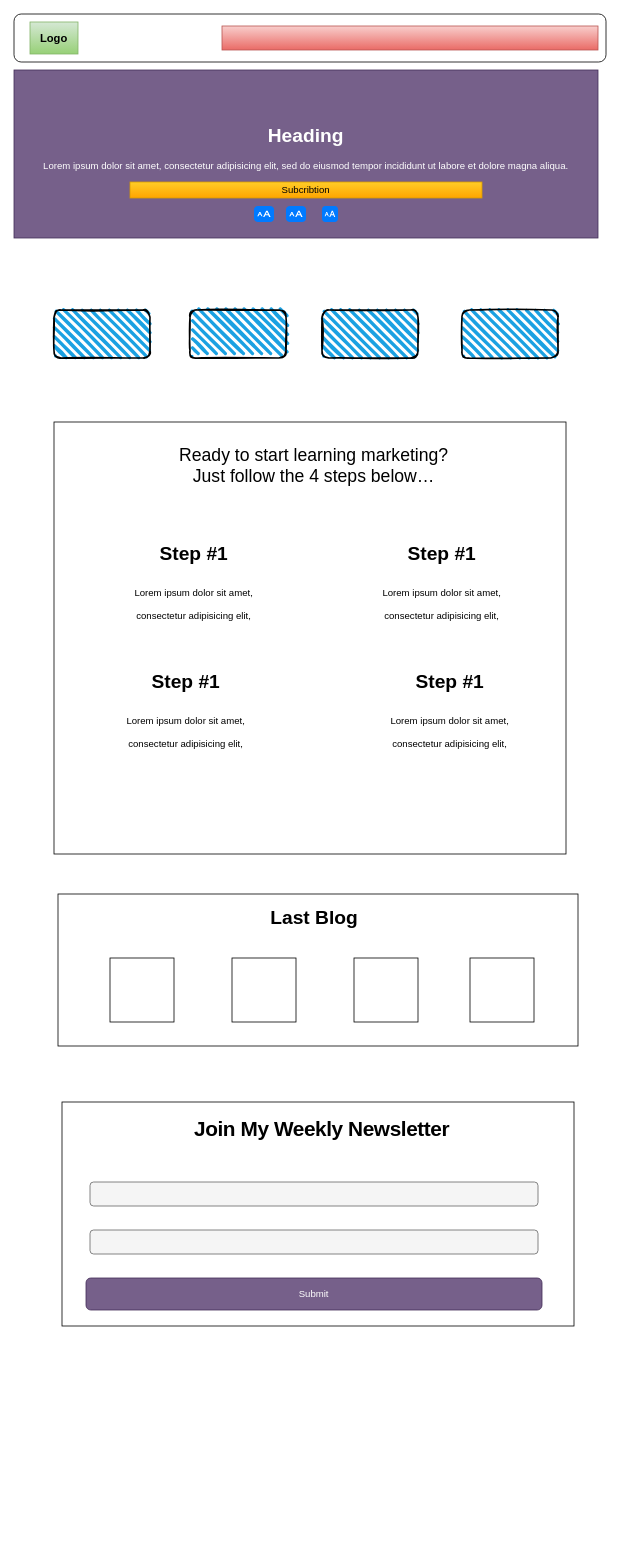
This is saadraihan_com.drawio from kibria-khandaker/saadraihan_com, a draw.io file, before an edit. Source tidied: cells renumbered, new cells numbered last; positions are measured from the earlier drawing's top-left corner, leaving out a move shared by most shapes. Both pictures are drawn from the tidied source at 80%, with x=0, y=0 at pixel (14, 14).
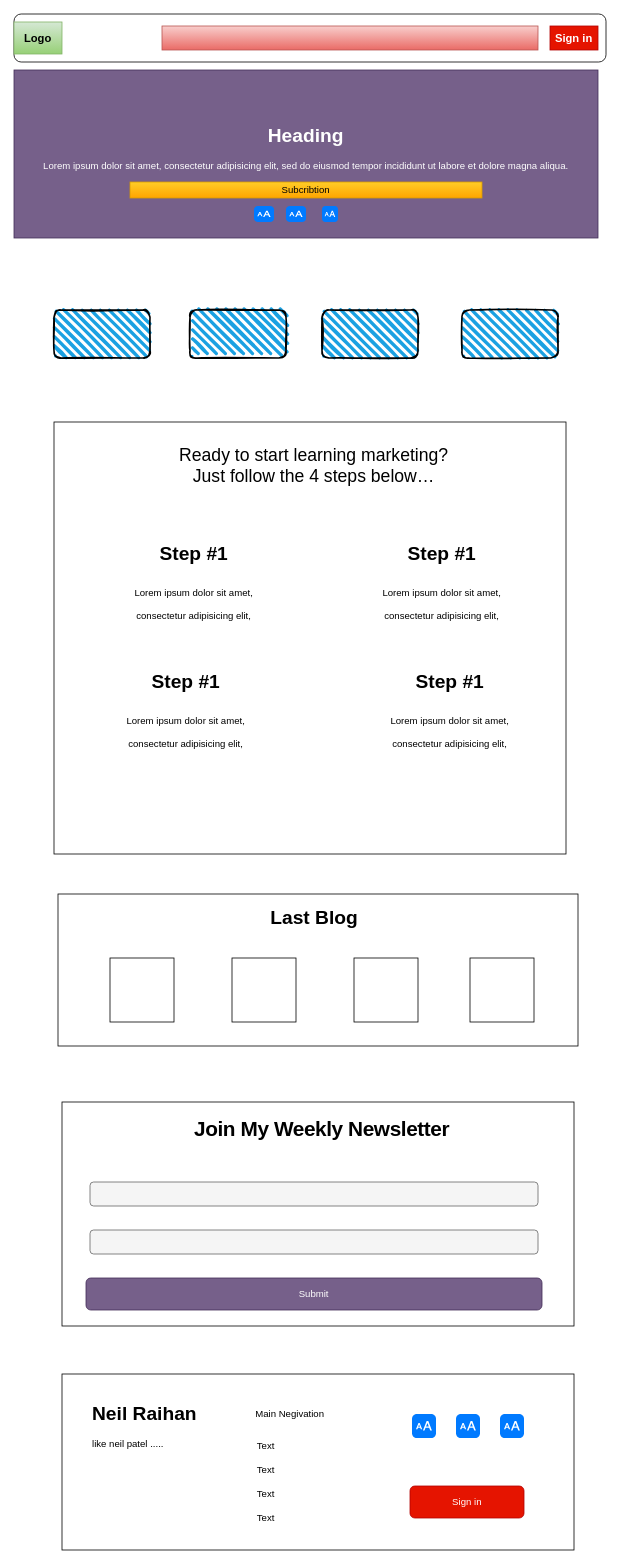
The same diagram, later.

The edit, as a diff of the source:
```diff
@@
     <mxCell id="5" value="&lt;b&gt;&lt;font style=&quot;font-size: 14px&quot;&gt;Logo&lt;/font&gt;&lt;/b&gt;" style="rounded=0;whiteSpace=wrap;html=1;align=center;gradientColor=#97d077;fillColor=#d5e8d4;strokeColor=#82b366;" parent="1" vertex="1">
-      <mxGeometry x="20" y="10" width="60" height="40" as="geometry" />
+      <mxGeometry y="10" width="60" height="40" as="geometry" />
     </mxCell>
     <mxCell id="6" style="rounded=0;whiteSpace=wrap;html=1;align=center;verticalAlign=middle;gradientColor=#ea6b66;fillColor=#f8cecc;strokeColor=#b85450;" parent="1" vertex="1">
-      <mxGeometry x="260" y="15" width="470" height="30" as="geometry" />
+      <mxGeometry x="185" y="15" width="470" height="30" as="geometry" />
     </mxCell>
@@
+    <mxCell id="32" style="rounded=0;whiteSpace=wrap;html=1;hachureGap=4;" parent="1" vertex="1">
+      <mxGeometry x="60" y="1700" width="640" height="220" as="geometry" />
+    </mxCell>
+    <mxCell id="33" value="Main Negivation" style="text;html=1;strokeColor=none;fillColor=none;align=center;verticalAlign=middle;whiteSpace=wrap;rounded=0;hachureGap=4;" parent="1" vertex="1">
+      <mxGeometry x="285" y="1740" width="120" height="20" as="geometry" />
+    </mxCell>
+    <mxCell id="34" value="&lt;h1&gt;Neil Raihan&lt;/h1&gt;&lt;p&gt;like neil patel .....&lt;/p&gt;" style="text;html=1;strokeColor=none;fillColor=none;spacing=5;spacingTop=-20;whiteSpace=wrap;overflow=hidden;rounded=0;hachureGap=4;" parent="1" vertex="1">
+      <mxGeometry x="92.5" y="1730" width="190" height="120" as="geometry" />
+    </mxCell>
+    <mxCell id="35" style="html=1;strokeWidth=1;shadow=0;dashed=0;shape=mxgraph.ios7.misc.text_size;fillColor=#007AFF;strokeColor=none;buttonText=;strokeColor2=#222222;fontColor=#222222;fontSize=8;verticalLabelPosition=bottom;verticalAlign=top;align=center;sketch=0;hachureGap=4;" parent="1" vertex="1">
+      <mxGeometry x="497.5" y="1750" width="30" height="30" as="geometry" />
+    </mxCell>
+    <mxCell id="36" style="html=1;strokeWidth=1;shadow=0;dashed=0;shape=mxgraph.ios7.misc.text_size;fillColor=#007AFF;strokeColor=none;buttonText=;strokeColor2=#222222;fontColor=#222222;fontSize=8;verticalLabelPosition=bottom;verticalAlign=top;align=center;sketch=0;hachureGap=4;" parent="1" vertex="1">
+      <mxGeometry x="552.5" y="1750" width="30" height="30" as="geometry" />
+    </mxCell>
+    <mxCell id="37" style="html=1;strokeWidth=1;shadow=0;dashed=0;shape=mxgraph.ios7.misc.text_size;fillColor=#007AFF;strokeColor=none;buttonText=;strokeColor2=#222222;fontColor=#222222;fontSize=8;verticalLabelPosition=bottom;verticalAlign=top;align=center;sketch=0;hachureGap=4;" parent="1" vertex="1">
+      <mxGeometry x="607.5" y="1750" width="30" height="30" as="geometry" />
+    </mxCell>
+    <mxCell id="38" value="Sign in" style="rounded=1;whiteSpace=wrap;html=1;hachureGap=4;fillColor=#e51400;strokeColor=#B20000;fontColor=#ffffff;" parent="1" vertex="1">
+      <mxGeometry x="495" y="1840" width="142.5" height="40" as="geometry" />
+    </mxCell>
+    <mxCell id="39" value="Text" style="text;html=1;strokeColor=none;fillColor=none;align=center;verticalAlign=middle;whiteSpace=wrap;rounded=0;hachureGap=4;" parent="1" vertex="1">
+      <mxGeometry x="295" y="1780" width="40" height="20" as="geometry" />
+    </mxCell>
+    <mxCell id="40" value="Text" style="text;html=1;strokeColor=none;fillColor=none;align=center;verticalAlign=middle;whiteSpace=wrap;rounded=0;hachureGap=4;" parent="1" vertex="1">
+      <mxGeometry x="295" y="1810" width="40" height="20" as="geometry" />
+    </mxCell>
+    <mxCell id="41" value="Text" style="text;html=1;strokeColor=none;fillColor=none;align=center;verticalAlign=middle;whiteSpace=wrap;rounded=0;hachureGap=4;" parent="1" vertex="1">
+      <mxGeometry x="295" y="1840" width="40" height="20" as="geometry" />
+    </mxCell>
+    <mxCell id="42" value="Text" style="text;html=1;strokeColor=none;fillColor=none;align=center;verticalAlign=middle;whiteSpace=wrap;rounded=0;hachureGap=4;" parent="1" vertex="1">
+      <mxGeometry x="295" y="1870" width="40" height="20" as="geometry" />
+    </mxCell>
+    <mxCell id="43" value="&lt;b&gt;&lt;font style=&quot;font-size: 14px&quot;&gt;Sign in&lt;/font&gt;&lt;/b&gt;" style="rounded=0;whiteSpace=wrap;html=1;align=center;fillColor=#e51400;strokeColor=#B20000;fontColor=#ffffff;" parent="1" vertex="1">
+      <mxGeometry x="670" y="15" width="60" height="30" as="geometry" />
+    </mxCell>
```
